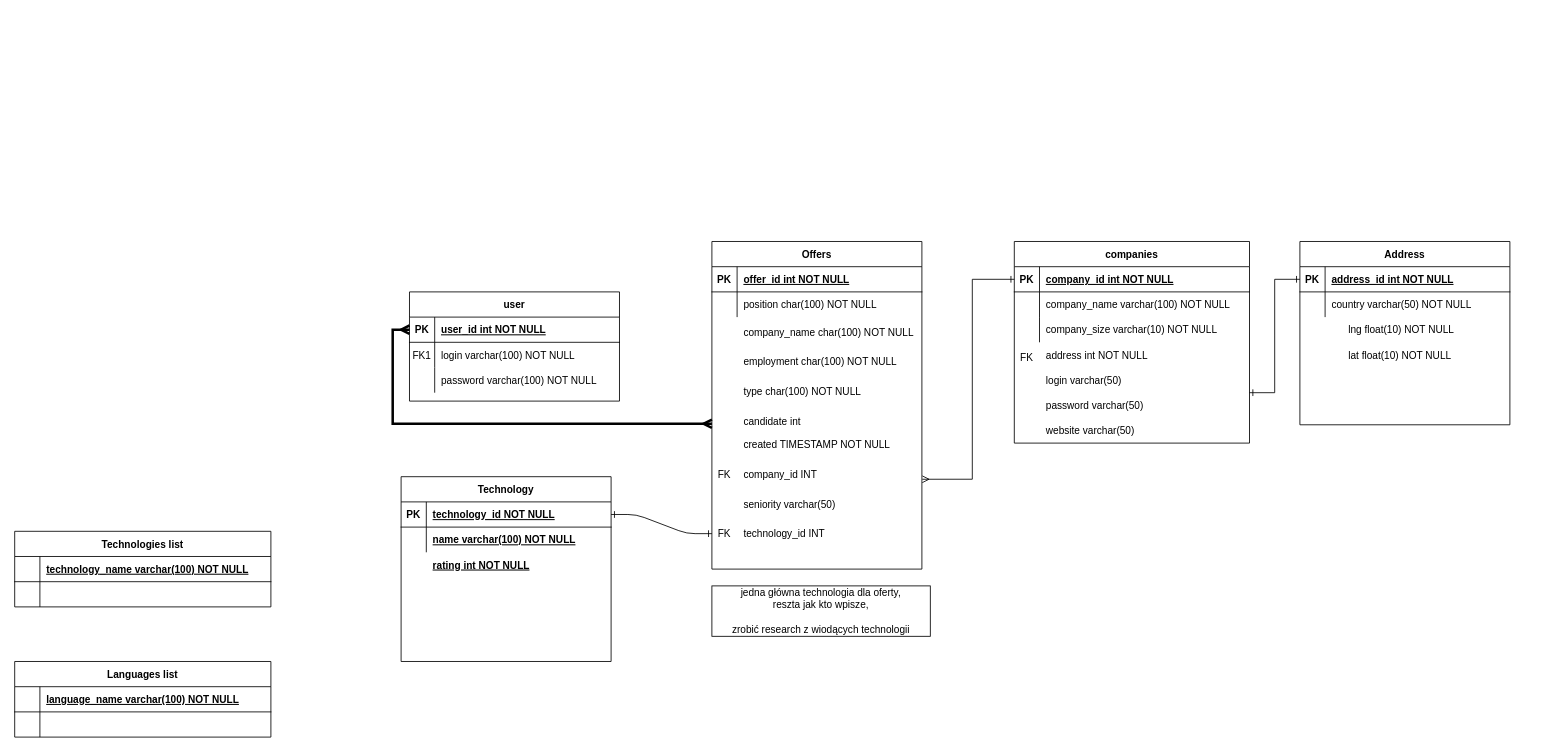
This is schema/db.drawio from Future-Developers-Lab/Skill-Up, a draw.io file, before an edit. Source tidied: cells renumbered, new cells numbered last; positions are measured from the earlier drawing's top-left corner, leaving out a move shared by most shapes. Both pictures are drawn from the tidied source at 84%, with x=0, y=0 at pixel (14, 241).
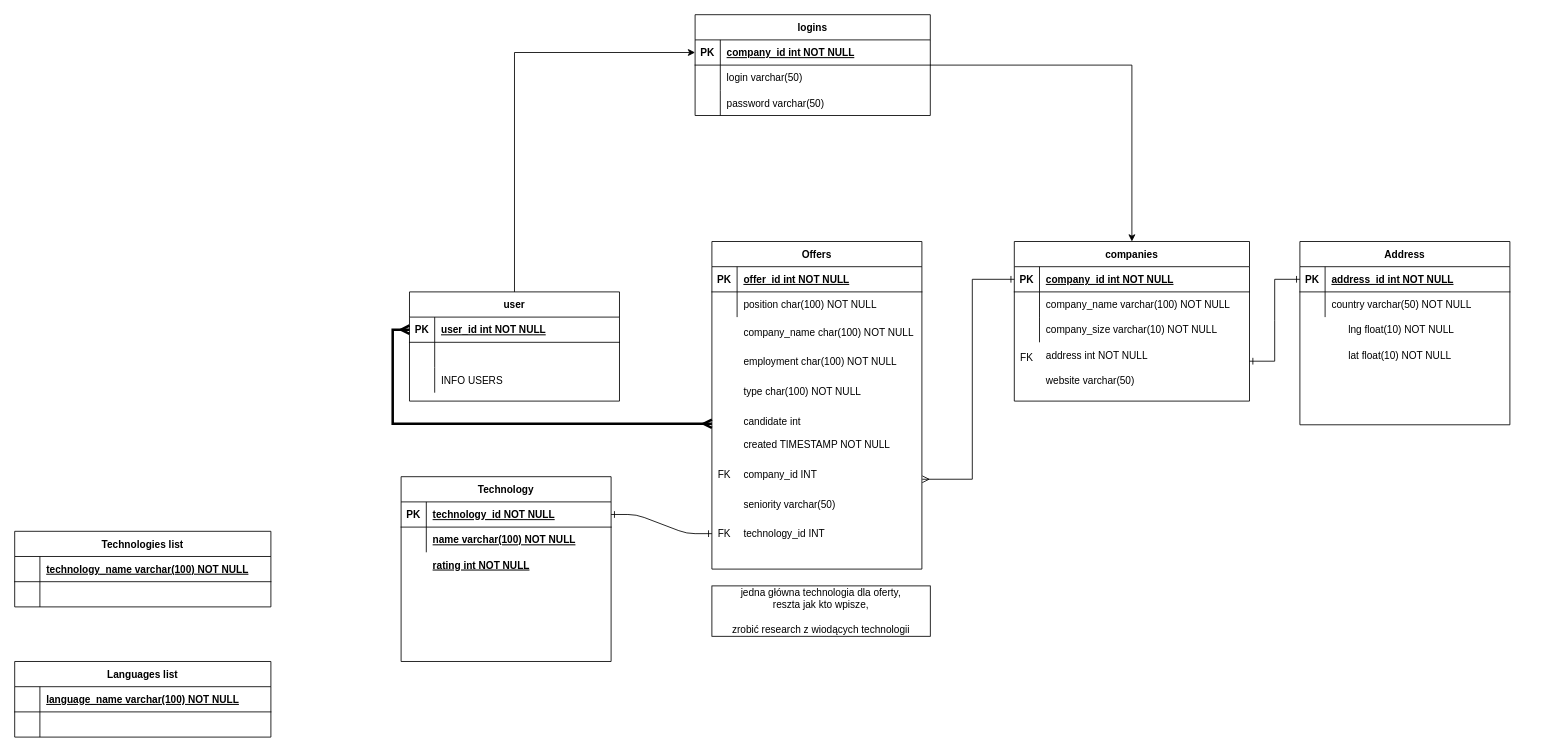
The same page after the edit.

The change refers to these unchanged cells:
```xml
<mxCell id="2" value="user" style="shape=table;startSize=30;childLayout=tableLayout;rowLines=0;fontStyle=1;align=center;" parent="1" vertex="1">
  <mxGeometry x="470" y="60" width="250" height="130" as="geometry" />
</mxCell>
<mxCell id="6" style="shape=partialRectangle;fillColor=none;top=0;left=0;right=0;bottom=0;" parent="2" vertex="1">
  <mxGeometry y="60" width="250" height="30" as="geometry" />
</mxCell>
<mxCell id="9" style="shape=partialRectangle;fillColor=none;top=0;left=0;right=0;bottom=0;" parent="2" vertex="1">
  <mxGeometry y="90" width="250" height="30" as="geometry" />
</mxCell>
```

What changed in the source:
```diff
@@
+    <mxCell id="118" style="edgeStyle=orthogonalEdgeStyle;rounded=0;jettySize=auto;html=1;entryX=0;entryY=0.5;entryDx=0;entryDy=0;" parent="1" edge="1" source="2" target="121">
+      <mxGeometry relative="1" as="geometry" />
+    </mxCell>
@@
-    <mxCell id="7" value="FK1" style="shape=partialRectangle;overflow=hidden;fillColor=none;top=0;left=0;bottom=0;right=0;" parent="6" vertex="1">
+    <mxCell id="7" style="shape=partialRectangle;overflow=hidden;fillColor=none;top=0;left=0;bottom=0;right=0;" parent="6" vertex="1">
       <mxGeometry width="30" height="30" as="geometry" />
     </mxCell>
-    <mxCell id="8" value="login varchar(100) NOT NULL" style="shape=partialRectangle;overflow=hidden;fillColor=none;top=0;left=0;bottom=0;right=0;align=left;spacingLeft=6;" parent="6" vertex="1">
+    <mxCell id="8" style="shape=partialRectangle;overflow=hidden;fillColor=none;top=0;left=0;bottom=0;right=0;align=left;spacingLeft=6;" parent="6" vertex="1">
       <mxGeometry x="30" width="220" height="30" as="geometry" />
     </mxCell>
@@
-    <mxCell id="11" value="password varchar(100) NOT NULL" style="shape=partialRectangle;overflow=hidden;fillColor=none;top=0;left=0;bottom=0;right=0;align=left;spacingLeft=6;" parent="9" vertex="1">
+    <mxCell id="11" value="INFO USERS" style="shape=partialRectangle;overflow=hidden;fillColor=none;top=0;left=0;bottom=0;right=0;align=left;spacingLeft=6;" parent="9" vertex="1">
       <mxGeometry x="30" width="220" height="30" as="geometry" />
     </mxCell>
@@
     <mxCell id="77" value="companies" style="shape=table;startSize=30;childLayout=tableLayout;rowLines=0;fontStyle=1;align=center;" parent="1" vertex="1">
-      <mxGeometry x="1190" width="280" height="240" as="geometry" />
+      <mxGeometry x="1190" width="280" height="190" as="geometry" />
     </mxCell>
@@
-    <mxCell id="95" style="shape=partialRectangle;fillColor=none;top=0;left=0;right=0;bottom=0;" parent="1" vertex="1">
-      <mxGeometry x="1190" y="150" width="280" height="30" as="geometry" />
+    <mxCell id="95" style="shape=partialRectangle;fillColor=none;top=0;left=0;right=0;bottom=0;perimeterSpacing=1;" parent="1" vertex="1">
+      <mxGeometry x="810" y="-210" width="280" height="30" as="geometry" />
     </mxCell>
@@
-    <mxCell id="112" style="shape=partialRectangle;fillColor=none;top=0;left=0;right=0;bottom=0;" parent="1" vertex="1">
-      <mxGeometry x="1190" y="180" width="280" height="30" as="geometry" />
+    <mxCell id="112" style="shape=partialRectangle;fillColor=none;top=0;left=0;right=0;bottom=0;perimeterSpacing=1;" parent="1" vertex="1">
+      <mxGeometry x="810" y="-180" width="280" height="30" as="geometry" />
     </mxCell>
@@
     <mxCell id="115" style="shape=partialRectangle;fillColor=none;top=0;left=0;right=0;bottom=0;" parent="1" vertex="1">
-      <mxGeometry x="1190" y="210" width="280" height="30" as="geometry" />
+      <mxGeometry x="1190" y="150" width="280" height="30" as="geometry" />
     </mxCell>
@@
+    <mxCell id="119" style="edgeStyle=orthogonalEdgeStyle;rounded=0;jettySize=auto;html=1;" parent="1" edge="1" source="120" target="77">
+      <mxGeometry relative="1" as="geometry" />
+    </mxCell>
+    <mxCell id="120" value="logins" style="shape=table;startSize=30;childLayout=tableLayout;rowLines=0;fontStyle=1;align=center;" parent="1" vertex="1">
+      <mxGeometry x="810" y="-270" width="280" height="120" as="geometry" />
+    </mxCell>
+    <mxCell id="121" style="shape=partialRectangle;fillColor=none;points=[[0,0.5],[1,0.5]];portConstraint=eastwest;top=0;left=0;right=0;bottom=1;" parent="120" vertex="1">
+      <mxGeometry y="30" width="280" height="30" as="geometry" />
+    </mxCell>
+    <mxCell id="122" value="PK" style="shape=partialRectangle;overflow=hidden;fillColor=none;top=0;left=0;bottom=0;right=0;fontStyle=1;" parent="121" vertex="1">
+      <mxGeometry width="30" height="30" as="geometry" />
+    </mxCell>
+    <mxCell id="123" value="company_id int NOT NULL " style="shape=partialRectangle;overflow=hidden;fillColor=none;top=0;left=0;bottom=0;right=0;align=left;spacingLeft=6;fontStyle=5;" parent="121" vertex="1">
+      <mxGeometry x="30" width="250" height="30" as="geometry" />
+    </mxCell>
+    <mxCell id="124" style="shape=partialRectangle;fillColor=none;top=0;left=0;right=0;bottom=0;" parent="120" vertex="1">
+      <mxGeometry y="60" width="280" height="30" as="geometry" />
+    </mxCell>
+    <mxCell id="125" style="shape=partialRectangle;overflow=hidden;fillColor=none;top=0;left=0;bottom=0;right=0;" parent="124" vertex="1">
+      <mxGeometry width="30" height="30" as="geometry" />
+    </mxCell>
+    <mxCell id="126" style="shape=partialRectangle;overflow=hidden;fillColor=none;top=0;left=0;bottom=0;right=0;align=left;spacingLeft=6;" parent="124" vertex="1">
+      <mxGeometry x="30" width="250" height="30" as="geometry" />
+    </mxCell>
+    <mxCell id="127" style="shape=partialRectangle;fillColor=none;top=0;left=0;right=0;bottom=0;" parent="120" vertex="1">
+      <mxGeometry y="90" width="280" height="30" as="geometry" />
+    </mxCell>
+    <mxCell id="128" style="shape=partialRectangle;overflow=hidden;fillColor=none;top=0;left=0;bottom=0;right=0;" parent="127" vertex="1">
+      <mxGeometry width="30" height="30" as="geometry" />
+    </mxCell>
+    <mxCell id="129" style="shape=partialRectangle;overflow=hidden;fillColor=none;top=0;left=0;bottom=0;right=0;align=left;spacingLeft=6;" parent="127" vertex="1">
+      <mxGeometry x="30" width="250" height="30" as="geometry" />
+    </mxCell>
```
